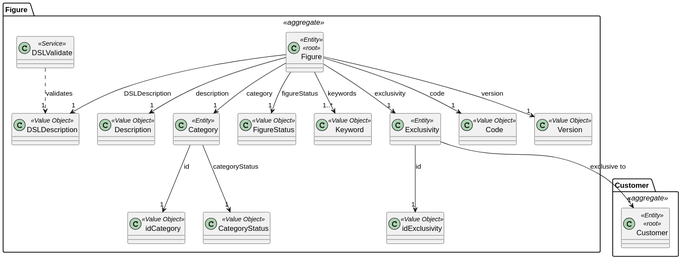
The PlantUML diagram docs/global_artifacts/analysis/images/domain_model_figure.svg in diogoveirospro/sem4pi-2024-2025-sem4pi_2024_2025_g44, before a commit. The source it was exported from:
```plantuml
@startuml
package "Figure " <<aggregate>> {

    class Figure <<Entity>> <<root>>{
    }

    class Code <<Value Object>>{
    }

    class Version <<Value Object>>{
    }

    class Description <<Value Object>>{
    }

    class DSLDescription <<Value Object>>{
    }

    class Category <<Entity>>{
    }

    class idCategory <<Value Object>>{
    }

    class CategoryStatus <<Value Object>>{
    }

    class FigureStatus <<Value Object>>{
    }

    class Keyword <<Value Object>>{
    }

    class Exclusivity <<Entity>>{
    }

    class idExclusivity <<Value Object>>{
    }

    class DSLValidate <<Service>>{
    }


    Figure --> "1" DSLDescription: DSLDescription
    Figure --> "1" Category: category
    Figure --> "1..*" Keyword: keywords
    Figure --> "1" Exclusivity: exclusivity
    Figure --> "1" Code: code
    Figure --> "1" Version: version
    Figure --> "1" Description: description
    Figure --> "1" FigureStatus: figureStatus

    DSLValidate ..> "1" DSLDescription: validates

    Exclusivity --> "1" idExclusivity: id

    Category --> "1" idCategory: id
    Category --> "1" CategoryStatus: categoryStatus
}

package "Customer " <<aggregate>> {
    class Customer <<Entity>> <<root>>{
    }

    Exclusivity --> "1" Customer: exclusive to
}
@enduml
```
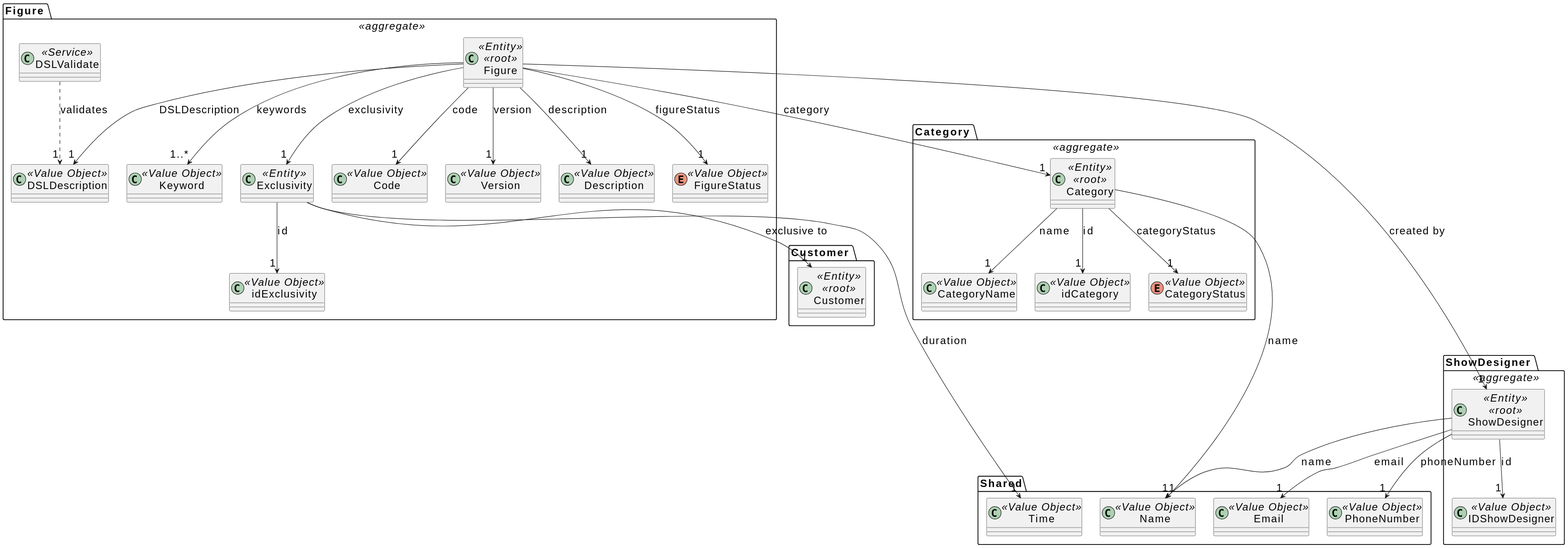
Above is the later version.

Change to the diagram source:
```diff
@@ -1,4 +1,12 @@
 @startuml
+skinparamlocked defaultFontSize 20
+
+package "Customer " {
+
+    class Customer <<Entity>> <<root>>{
+    }
+}
+
 package "Figure " <<aggregate>> {
 
     class Figure <<Entity>> <<root>>{
@@ -16,16 +24,7 @@
     class DSLDescription <<Value Object>>{
     }
 
-    class Category <<Entity>>{
-    }
-
-    class idCategory <<Value Object>>{
-    }
-
-    class CategoryStatus <<Value Object>>{
-    }
-
-    class FigureStatus <<Value Object>>{
+    enum FigureStatus <<Value Object>>{
     }
 
     class Keyword <<Value Object>>{
@@ -42,7 +41,6 @@
 
 
     Figure --> "1" DSLDescription: DSLDescription
-    Figure --> "1" Category: category
     Figure --> "1..*" Keyword: keywords
     Figure --> "1" Exclusivity: exclusivity
     Figure --> "1" Code: code
@@ -52,16 +50,64 @@
 
     DSLValidate ..> "1" DSLDescription: validates
 
+    Exclusivity --> "1" Customer: exclusive to
     Exclusivity --> "1" idExclusivity: id
+}
+
+package "Category " <<aggregate>>{
+
+    class Category <<Entity>> <<root>>{
+    }
+
+    class idCategory <<Value Object>>{
+    }
+
+    enum CategoryStatus <<Value Object>>{
+    }
+
+    class CategoryName <<Value Object>>{
+    }
 
     Category --> "1" idCategory: id
     Category --> "1" CategoryStatus: categoryStatus
+    Category --> "1" CategoryName: name
+
+    Figure --> "1" Category: category
 }
 
-package "Customer " <<aggregate>> {
-    class Customer <<Entity>> <<root>>{
+package "ShowDesigner " <<aggregate>>{
+
+    class ShowDesigner <<Entity>> <<root>>{
     }
 
-    Exclusivity --> "1" Customer: exclusive to
+    class IDShowDesigner <<Value Object>>{
+    }
+
+    ShowDesigner --> "1" IDShowDesigner: id
+
+    Figure --> "1" ShowDesigner: created by
+}
+
+package Shared {
+
+    class Time <<Value Object>>{
+    }
+
+    class Name <<Value Object>>{
+    }
+
+    class Email <<Value Object>>{
+    }
+
+    class PhoneNumber <<Value Object>>{
+    }
+
+    ShowDesigner --> "1" Name: name
+    ShowDesigner --> "1" Email: email
+    ShowDesigner --> "1" PhoneNumber: phoneNumber
+
+    Exclusivity ----> "1" Time: duration
+
+    Category ----> "1" Name: name
 }
 @enduml
```
